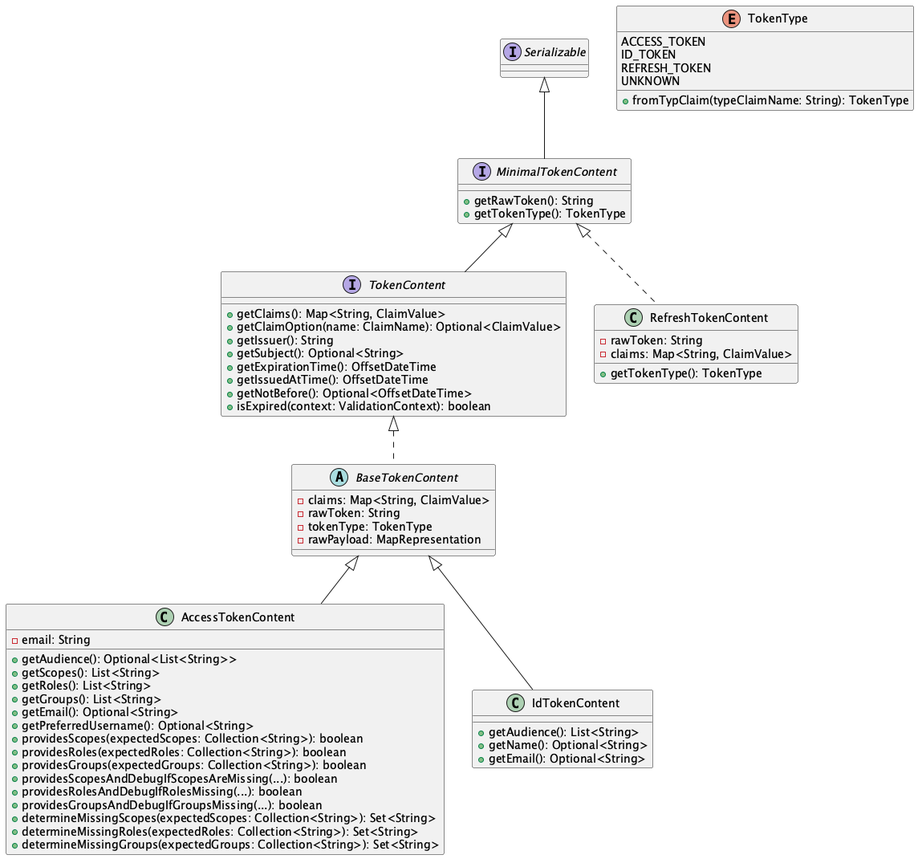
Before: doc/plantuml/token-types.png, a diagram exported from PlantUML (cuioss/cui-jwt).
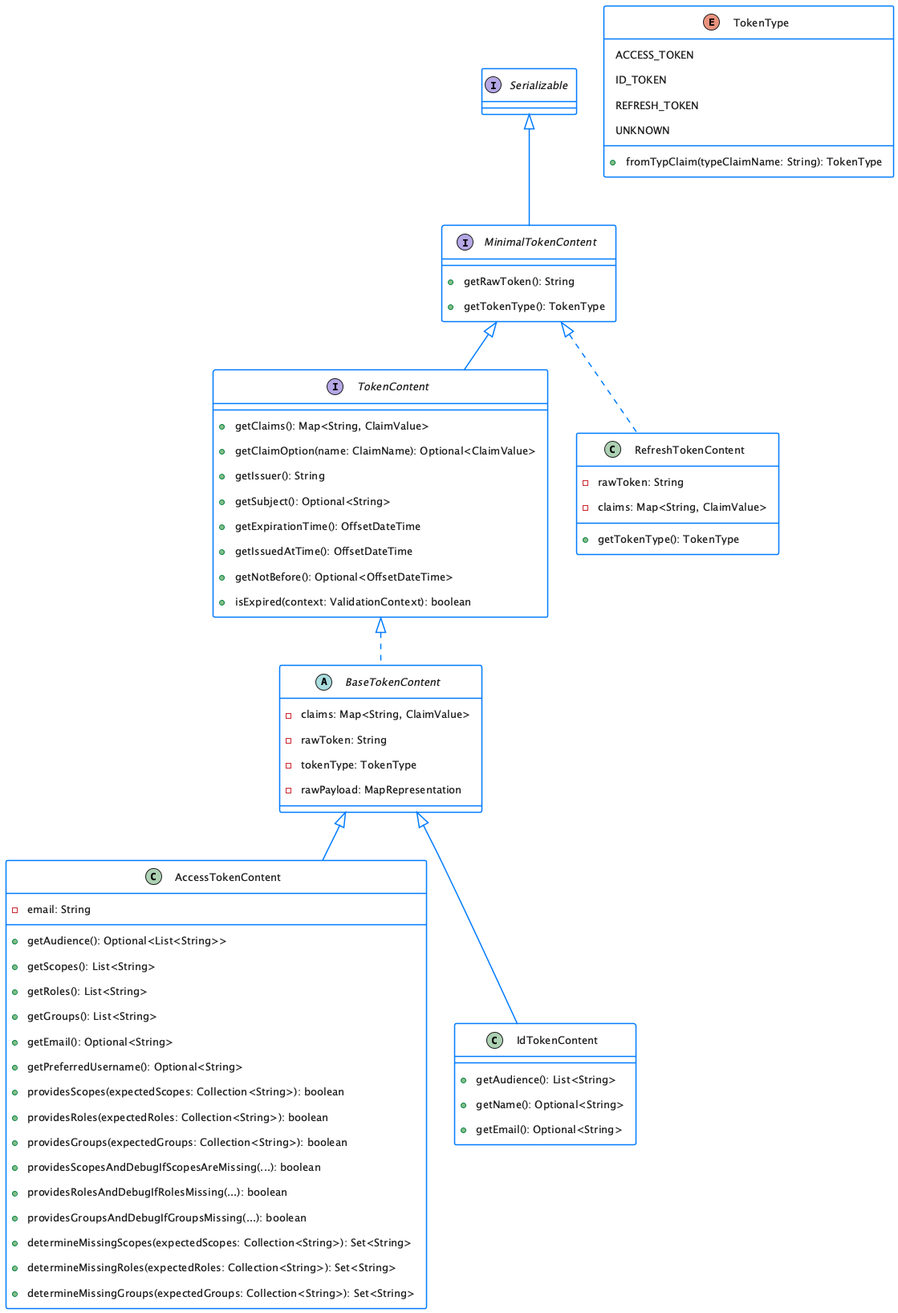
The same file after the commit.

Commit message:
docs: Apply Apple BigSur-style theme to all PlantUML diagrams

Change to the diagram source:
```diff
@@ -1,4 +1,5 @@
 @startuml
+!include theme-proposals/variant-3.skin
 
 interface "Serializable" as Serializable {
 }
```
